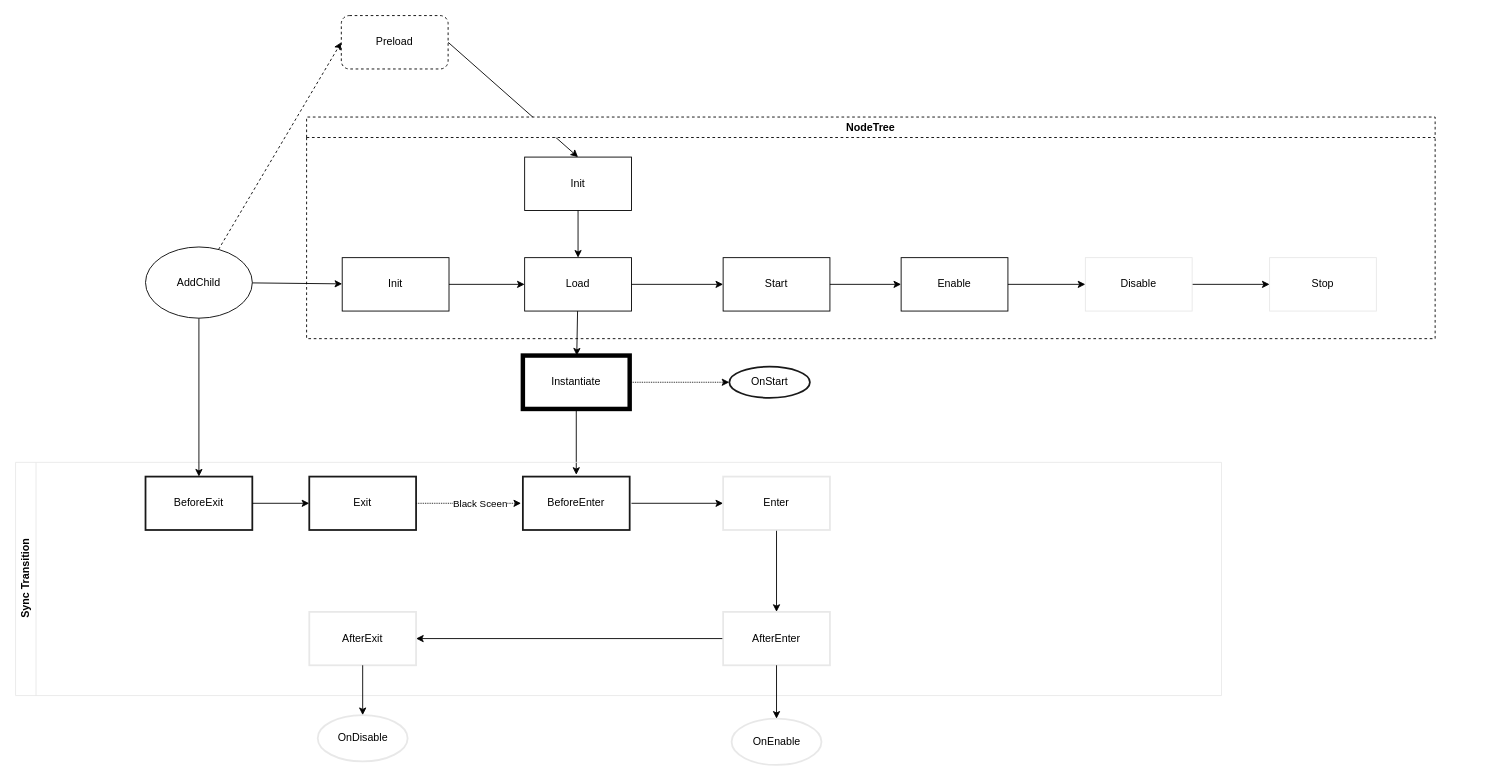
Before: page "Push AsyncTransition" (4 of 4) of Assets/Server/FrameWork/UIFrameWork/UISequence.drawio in Cr7Sund/MinFrameWork, a draw.io diagram. Source tidied: cells renumbered, new cells numbered last; positions are measured from the earlier drawing's top-left corner, leaving out a move shared by most shapes. Both pictures are drawn from the tidied source at 89%, with x=0, y=0 at pixel (15, 15).
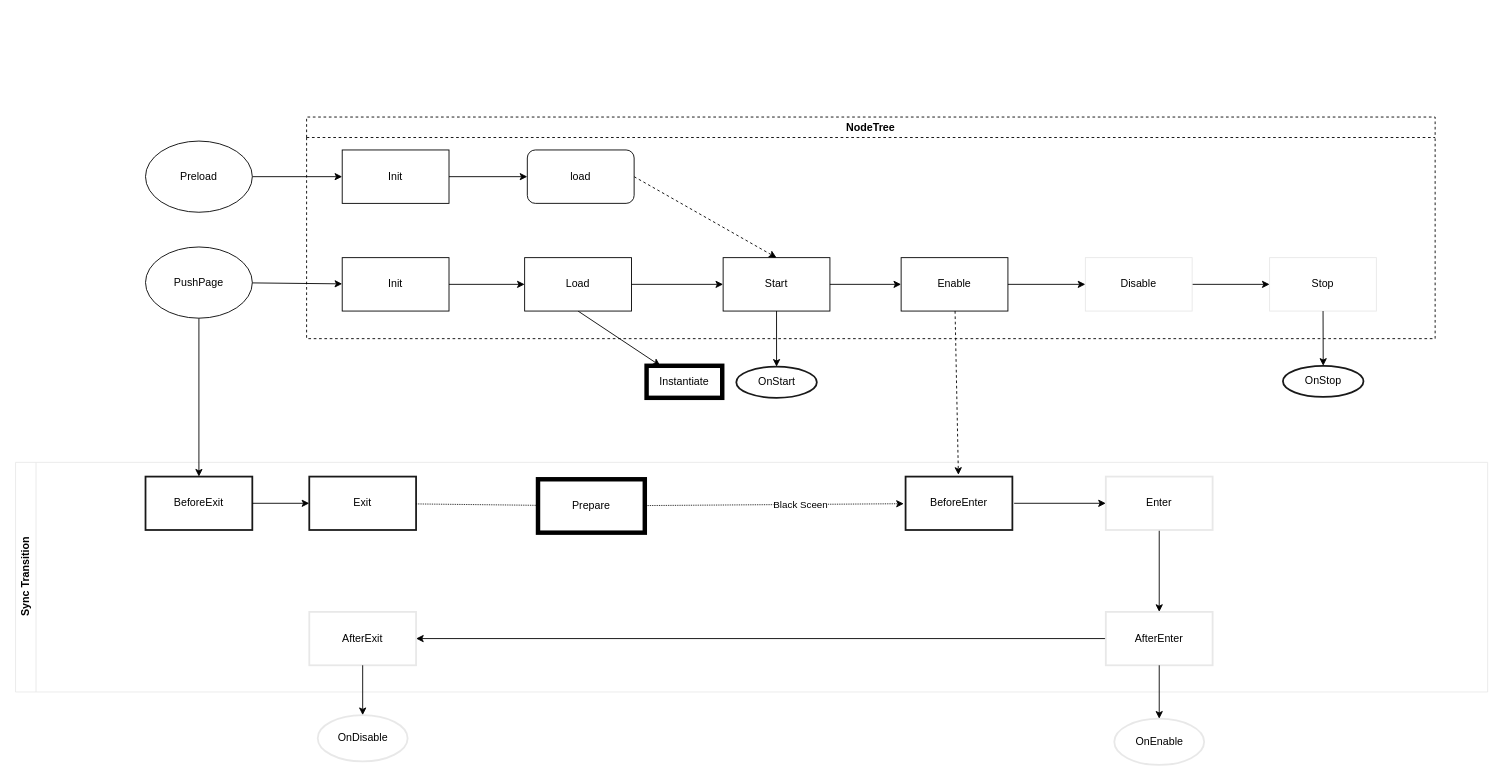
Above is the later version.

The change refers to these unchanged cells:
```xml
<mxCell id="6" value="NodeTree" style="swimlane;whiteSpace=wrap;html=1;dashed=1;" parent="1" vertex="1">
  <mxGeometry x="327" y="114" width="1268" height="249" as="geometry" />
</mxCell>
<mxCell id="8" value="Stop" style="rounded=0;whiteSpace=wrap;html=1;strokeColor=#E6E6E6;strokeWidth=1;opacity=90;" parent="6" vertex="1">
  <mxGeometry x="1082" y="158" width="120" height="60" as="geometry" />
</mxCell>
<mxCell id="11" value="Enable" style="rounded=0;whiteSpace=wrap;html=1;" parent="6" vertex="1">
  <mxGeometry x="668" y="158" width="120" height="60" as="geometry" />
</mxCell>
<mxCell id="12" value="Start" style="rounded=0;whiteSpace=wrap;html=1;" parent="6" vertex="1">
  <mxGeometry x="468" y="158" width="120" height="60" as="geometry" />
</mxCell>
<mxCell id="13" value="Load" style="rounded=0;whiteSpace=wrap;html=1;" parent="6" vertex="1">
  <mxGeometry x="245" y="158" width="120" height="60" as="geometry" />
</mxCell>
<mxCell id="28" value="Exit" style="whiteSpace=wrap;html=1;rounded=0;strokeWidth=2;opacity=90;" parent="23" vertex="1">
  <mxGeometry x="330" y="16" width="120" height="60" as="geometry" />
</mxCell>
```

The edit, as a diff of the source:
```diff
@@
-    <mxCell id="2" style="edgeStyle=none;html=1;shadow=0;" parent="1" edge="1" source="13" target="22">
+    <mxCell id="2" style="edgeStyle=none;html=1;shadow=0;exitX=0.5;exitY=1;exitDx=0;exitDy=0;" parent="1" edge="1" source="13" target="22">
       <mxGeometry relative="1" as="geometry" />
     </mxCell>
-    <mxCell id="3" style="html=1;entryX=0;entryY=0.5;entryDx=0;entryDy=0;shadow=0;dashed=1;" parent="1" edge="1" source="37" target="5">
-      <mxGeometry relative="1" as="geometry" />
-    </mxCell>
-    <mxCell id="4" style="edgeStyle=none;html=1;entryX=0.5;entryY=0;entryDx=0;entryDy=0;shadow=0;exitX=1;exitY=0.5;exitDx=0;exitDy=0;" parent="1" edge="1" source="5" target="7">
-      <mxGeometry relative="1" as="geometry" />
-    </mxCell>
-    <mxCell id="5" value="Preload" style="rounded=1;whiteSpace=wrap;html=1;dashed=1;" parent="1" vertex="1">
-      <mxGeometry x="366" width="120" height="60" as="geometry" />
-    </mxCell>
@@
-    <mxCell id="7" value="Init" style="rounded=0;whiteSpace=wrap;html=1;" parent="6" vertex="1">
-      <mxGeometry x="245" y="45" width="120" height="60" as="geometry" />
-    </mxCell>
@@
-    <mxCell id="17" style="edgeStyle=none;html=1;shadow=0;" parent="6" edge="1" source="7" target="13">
-      <mxGeometry relative="1" as="geometry" />
-    </mxCell>
@@
-    <mxCell id="20" style="edgeStyle=none;html=1;entryX=0.5;entryY=0;entryDx=0;entryDy=0;shadow=0;" parent="1" edge="1" source="22" target="25">
-      <mxGeometry relative="1" as="geometry" />
-    </mxCell>
-    <mxCell id="21" style="edgeStyle=none;html=1;shadow=0;dashed=1;dashPattern=1 1;" parent="1" edge="1" source="22" target="39">
-      <mxGeometry relative="1" as="geometry" />
-    </mxCell>
+    <mxCell id="44" style="edgeStyle=none;html=1;entryX=0.5;entryY=0;entryDx=0;entryDy=0;dashed=1;exitX=1;exitY=0.5;exitDx=0;exitDy=0;" parent="6" edge="1" source="5" target="12">
+      <mxGeometry relative="1" as="geometry" />
+    </mxCell>
+    <mxCell id="5" value="load" style="rounded=1;whiteSpace=wrap;html=1;" parent="6" vertex="1">
+      <mxGeometry x="248" y="37" width="120" height="60" as="geometry" />
+    </mxCell>
+    <mxCell id="45" style="edgeStyle=none;html=1;" parent="6" edge="1" source="7" target="5">
+      <mxGeometry relative="1" as="geometry" />
+    </mxCell>
+    <mxCell id="7" value="Init" style="rounded=0;whiteSpace=wrap;html=1;" parent="6" vertex="1">
+      <mxGeometry x="40" y="37" width="120" height="60" as="geometry" />
+    </mxCell>
     <mxCell id="22" value="Instantiate" style="rounded=0;whiteSpace=wrap;html=1;strokeWidth=5;" parent="1" vertex="1">
-      <mxGeometry x="570" y="382" width="120" height="60" as="geometry" />
+      <mxGeometry x="709" y="393.5" width="85" height="36" as="geometry" />
     </mxCell>
     <mxCell id="23" value="Sync Transition" style="swimlane;horizontal=0;whiteSpace=wrap;html=1;strokeColor=#E6E6E6;strokeWidth=1;opacity=90;" parent="1" vertex="1">
-      <mxGeometry y="502" width="1355" height="262" as="geometry" />
+      <mxGeometry y="502" width="1654" height="258" as="geometry" />
     </mxCell>
@@
     <mxCell id="25" value="BeforeEnter" style="whiteSpace=wrap;html=1;rounded=0;strokeWidth=2;perimeterSpacing=2;opacity=90;" parent="23" vertex="1">
-      <mxGeometry x="570" y="16" width="120" height="60" as="geometry" />
+      <mxGeometry x="1000" y="16" width="120" height="60" as="geometry" />
     </mxCell>
-    <mxCell id="26" style="edgeStyle=none;html=1;shadow=0;dashed=1;dashPattern=1 1;" parent="23" edge="1" source="28" target="25">
+    <mxCell id="26" style="edgeStyle=none;html=1;shadow=0;dashed=1;dashPattern=1 1;startArrow=none;" parent="23" edge="1" source="47" target="25">
       <mxGeometry relative="1" as="geometry" />
     </mxCell>
@@
     <mxCell id="30" value="Enter" style="whiteSpace=wrap;html=1;rounded=0;strokeWidth=2;opacity=90;strokeColor=#E6E6E6;" parent="23" vertex="1">
-      <mxGeometry x="795" y="16" width="120" height="60" as="geometry" />
+      <mxGeometry x="1225" y="16" width="120" height="60" as="geometry" />
     </mxCell>
@@
     <mxCell id="33" value="AfterEnter" style="whiteSpace=wrap;html=1;rounded=0;strokeWidth=2;opacity=90;strokeColor=#E6E6E6;" parent="23" vertex="1">
-      <mxGeometry x="795" y="168" width="120" height="60" as="geometry" />
+      <mxGeometry x="1225" y="168" width="120" height="60" as="geometry" />
     </mxCell>
@@
+    <mxCell id="46" style="edgeStyle=none;html=1;shadow=0;dashed=1;dashPattern=1 1;endArrow=none;" parent="23" edge="1" source="28" target="47">
+      <mxGeometry relative="1" as="geometry" />
+    </mxCell>
+    <mxCell id="47" value="Prepare" style="rounded=0;whiteSpace=wrap;html=1;strokeWidth=5;" parent="23" vertex="1">
+      <mxGeometry x="587" y="19" width="120" height="60" as="geometry" />
+    </mxCell>
@@
-    <mxCell id="37" value="AddChild" style="ellipse;whiteSpace=wrap;html=1;" parent="1" vertex="1">
+    <mxCell id="37" value="PushPage" style="ellipse;whiteSpace=wrap;html=1;" parent="1" vertex="1">
       <mxGeometry x="146" y="260" width="120" height="80" as="geometry" />
     </mxCell>
@@
     <mxCell id="39" value="OnStart" style="ellipse;whiteSpace=wrap;html=1;rounded=0;strokeWidth=2;opacity=90;" parent="1" vertex="1">
-      <mxGeometry x="802" y="394.5" width="90.5" height="35" as="geometry" />
+      <mxGeometry x="809.8" y="394.5" width="90.5" height="35" as="geometry" />
     </mxCell>
@@
     <mxCell id="42" value="OnEnable" style="ellipse;whiteSpace=wrap;html=1;strokeColor=#E6E6E6;rounded=0;strokeWidth=2;opacity=90;" parent="1" vertex="1">
-      <mxGeometry x="804.5" y="790" width="101" height="52" as="geometry" />
+      <mxGeometry x="1234.5" y="790" width="101" height="52" as="geometry" />
     </mxCell>
@@
+    <mxCell id="48" style="edgeStyle=none;html=1;" parent="1" edge="1" source="49" target="7">
+      <mxGeometry relative="1" as="geometry" />
+    </mxCell>
+    <mxCell id="49" value="Preload" style="ellipse;whiteSpace=wrap;html=1;" parent="1" vertex="1">
+      <mxGeometry x="146" y="141" width="120" height="80" as="geometry" />
+    </mxCell>
+    <mxCell id="50" style="edgeStyle=none;html=1;" parent="1" edge="1" source="12" target="39">
+      <mxGeometry relative="1" as="geometry" />
+    </mxCell>
+    <mxCell id="51" style="edgeStyle=none;html=1;dashed=1;" parent="1" edge="1" source="11" target="25">
+      <mxGeometry relative="1" as="geometry" />
+    </mxCell>
+    <mxCell id="52" value="OnStop" style="ellipse;whiteSpace=wrap;html=1;rounded=0;strokeWidth=2;opacity=90;" parent="1" vertex="1">
+      <mxGeometry x="1424" y="393.5" width="90.5" height="35" as="geometry" />
+    </mxCell>
+    <mxCell id="53" style="edgeStyle=none;html=1;" parent="1" edge="1" source="8" target="52">
+      <mxGeometry relative="1" as="geometry" />
+    </mxCell>
```
